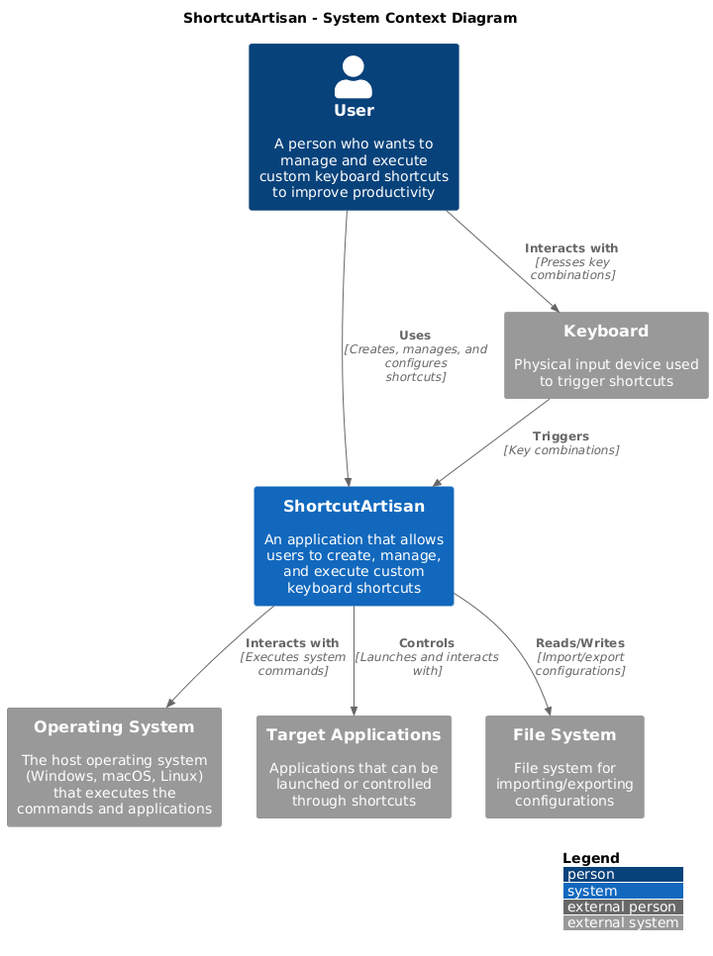
Before: docs/system-context-diagram.png, a diagram exported from PlantUML (PiotrGrobelak/shortcut-artisan). Its diagram source:
```plantuml
@startuml
!include https://raw.githubusercontent.com/plantuml-stdlib/C4-PlantUML/master/C4_Context.puml

!define PERSON_BG_COLOR #08427B
!define SYSTEM_BG_COLOR #1168BD
!define EXTERNAL_SYSTEM_BG_COLOR #999999

LAYOUT_WITH_LEGEND()

title "ShortcutArtisan - System Context Diagram"

Person(user, "User", "A person who wants to manage and execute custom keyboard shortcuts to improve productivity")

System(shortcutArtisan, "ShortcutArtisan", "An application that allows users to create, manage, and execute custom keyboard shortcuts")

System_Ext(operatingSystem, "Operating System", "The host operating system (Windows, macOS, Linux) that executes the commands and applications")
System_Ext(applications, "Target Applications", "Applications that can be launched or controlled through shortcuts")
System_Ext(filesSystem, "File System", "File system for importing/exporting configurations")
System_Ext(keyboard, "Keyboard", "Physical input device used to trigger shortcuts")

Rel(user, shortcutArtisan, "Uses", "Creates, manages, and configures shortcuts")
Rel(user, keyboard, "Interacts with", "Presses key combinations")
Rel(keyboard, shortcutArtisan, "Triggers", "Key combinations")

Rel(shortcutArtisan, operatingSystem, "Interacts with", "Executes system commands")
Rel(shortcutArtisan, applications, "Controls", "Launches and interacts with")
Rel(shortcutArtisan, filesSystem, "Reads/Writes", "Import/export configurations")
@enduml
```
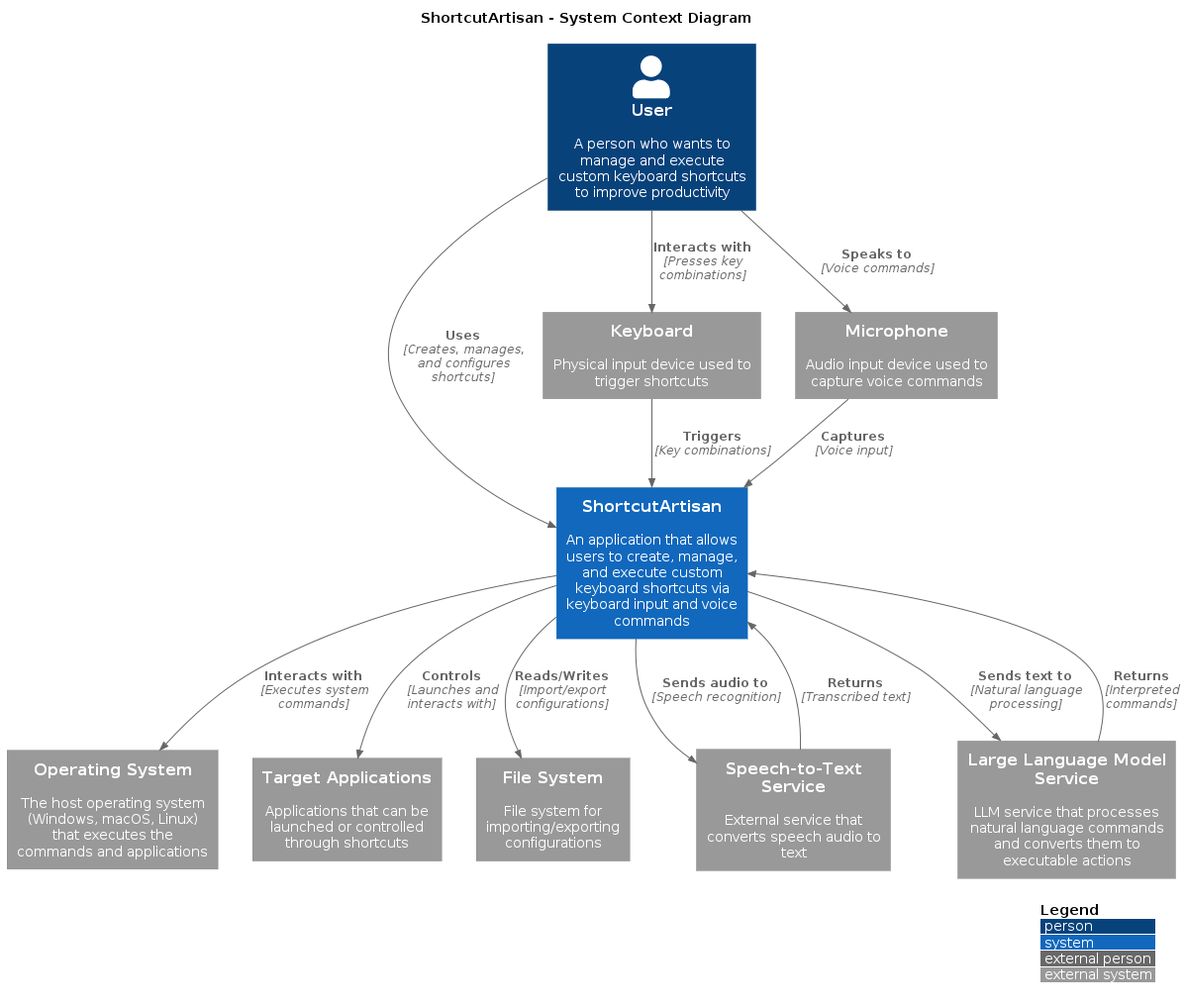
Above is the later version.

Change to the diagram source:
```diff
@@ -1,4 +1,4 @@
-@startuml
+@startuml ShortcutArtisan - System Context
 !include https://raw.githubusercontent.com/plantuml-stdlib/C4-PlantUML/master/C4_Context.puml
 
 !define PERSON_BG_COLOR #08427B
@@ -11,18 +11,29 @@
 
 Person(user, "User", "A person who wants to manage and execute custom keyboard shortcuts to improve productivity")
 
-System(shortcutArtisan, "ShortcutArtisan", "An application that allows users to create, manage, and execute custom keyboard shortcuts")
+System(shortcutArtisan, "ShortcutArtisan", "An application that allows users to create, manage, and execute custom keyboard shortcuts via keyboard input and voice commands")
 
 System_Ext(operatingSystem, "Operating System", "The host operating system (Windows, macOS, Linux) that executes the commands and applications")
 System_Ext(applications, "Target Applications", "Applications that can be launched or controlled through shortcuts")
 System_Ext(filesSystem, "File System", "File system for importing/exporting configurations")
 System_Ext(keyboard, "Keyboard", "Physical input device used to trigger shortcuts")
+System_Ext(microphone, "Microphone", "Audio input device used to capture voice commands")
+System_Ext(speechToTextService, "Speech-to-Text Service", "External service that converts speech audio to text")
+System_Ext(llmService, "Large Language Model Service", "LLM service that processes natural language commands and converts them to executable actions")
 
 Rel(user, shortcutArtisan, "Uses", "Creates, manages, and configures shortcuts")
 Rel(user, keyboard, "Interacts with", "Presses key combinations")
+Rel(user, microphone, "Speaks to", "Voice commands")
 Rel(keyboard, shortcutArtisan, "Triggers", "Key combinations")
+Rel(microphone, shortcutArtisan, "Captures", "Voice input")
+
+Rel(shortcutArtisan, speechToTextService, "Sends audio to", "Speech recognition")
+Rel(speechToTextService, shortcutArtisan, "Returns", "Transcribed text")
+Rel(shortcutArtisan, llmService, "Sends text to", "Natural language processing")
+Rel(llmService, shortcutArtisan, "Returns", "Interpreted commands")
 
 Rel(shortcutArtisan, operatingSystem, "Interacts with", "Executes system commands")
 Rel(shortcutArtisan, applications, "Controls", "Launches and interacts with")
 Rel(shortcutArtisan, filesSystem, "Reads/Writes", "Import/export configurations")
+
 @enduml
```
